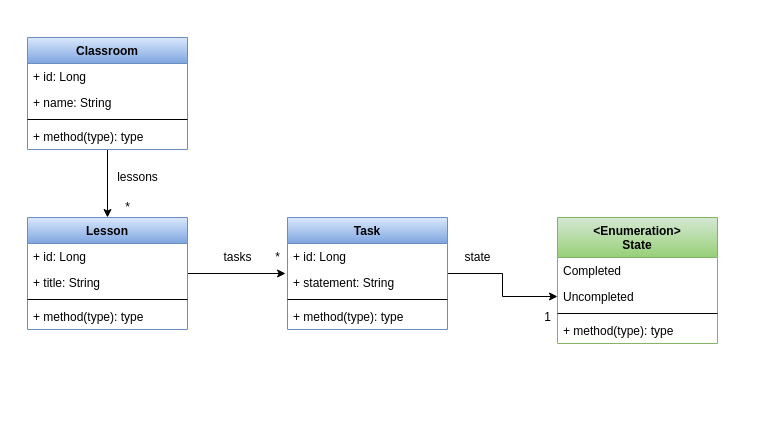
zolezzi/VirTuAula keeps this draw.io diagram as page "Domain" (1 of 2) of doc/UML.drawio. Above is the earlier version. Source tidied: cells renumbered, new cells numbered last; positions are measured from the earlier drawing's top-left corner, leaving out a move shared by most shapes. Both pictures are drawn from the tidied source at 100%, with x=0, y=0 at pixel (27, 37).
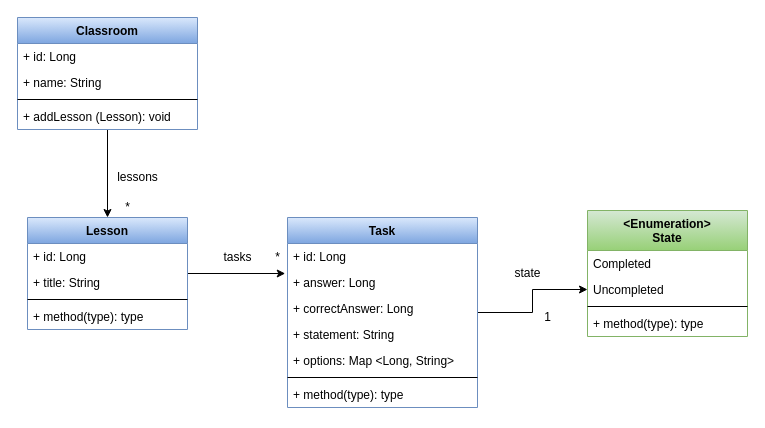
The same diagram, later.

Commit message:
Change UML add lesson and task aswer

What changed in the source:
```diff
@@
     <mxCell id="3" value="Classroom" style="swimlane;fontStyle=1;align=center;verticalAlign=top;horizontal=1;startSize=26;gradientColor=#7ea6e0;fillColor=#dae8fc;strokeColor=#6c8ebf;" parent="1" vertex="1">
-      <mxGeometry width="160" height="112" as="geometry" />
+      <mxGeometry x="-10" y="-20" width="180" height="112" as="geometry" />
     </mxCell>
     <mxCell id="4" value="+ id: Long" style="text;strokeColor=none;fillColor=none;align=left;verticalAlign=top;spacingLeft=4;spacingRight=4;overflow=hidden;" parent="3" vertex="1">
-      <mxGeometry y="26" width="160" height="26" as="geometry" />
+      <mxGeometry y="26" width="180" height="26" as="geometry" />
     </mxCell>
     <mxCell id="5" value="+ name: String" style="text;strokeColor=none;fillColor=none;align=left;verticalAlign=top;spacingLeft=4;spacingRight=4;overflow=hidden;" parent="3" vertex="1">
-      <mxGeometry y="52" width="160" height="26" as="geometry" />
+      <mxGeometry y="52" width="180" height="26" as="geometry" />
     </mxCell>
     <mxCell id="6" style="line;strokeWidth=1;fillColor=none;align=left;verticalAlign=middle;spacingTop=-1;spacingLeft=3;spacingRight=3;labelPosition=right;" parent="3" vertex="1">
-      <mxGeometry y="78" width="160" height="8" as="geometry" />
+      <mxGeometry y="78" width="180" height="8" as="geometry" />
     </mxCell>
-    <mxCell id="7" value="+ method(type): type" style="text;strokeColor=none;fillColor=none;align=left;verticalAlign=top;spacingLeft=4;spacingRight=4;overflow=hidden;" parent="3" vertex="1">
-      <mxGeometry y="86" width="160" height="26" as="geometry" />
+    <mxCell id="7" value="+ addLesson (Lesson): void&#10;" style="text;strokeColor=none;fillColor=none;align=left;verticalAlign=top;spacingLeft=4;spacingRight=4;overflow=hidden;" parent="3" vertex="1">
+      <mxGeometry y="86" width="180" height="26" as="geometry" />
     </mxCell>
@@
     <mxCell id="17" value="Task" style="swimlane;fontStyle=1;align=center;verticalAlign=top;horizontal=1;startSize=26;gradientColor=#7ea6e0;fillColor=#dae8fc;strokeColor=#6c8ebf;" parent="1" vertex="1">
-      <mxGeometry x="260" y="180" width="160" height="112" as="geometry" />
+      <mxGeometry x="260" y="180" width="190" height="190" as="geometry" />
     </mxCell>
     <mxCell id="18" value="+ id: Long" style="text;strokeColor=none;fillColor=none;align=left;verticalAlign=top;spacingLeft=4;spacingRight=4;overflow=hidden;" parent="17" vertex="1">
-      <mxGeometry y="26" width="160" height="26" as="geometry" />
+      <mxGeometry y="26" width="190" height="26" as="geometry" />
     </mxCell>
-    <mxCell id="19" value="+ statement: String" style="text;strokeColor=none;fillColor=none;align=left;verticalAlign=top;spacingLeft=4;spacingRight=4;overflow=hidden;points=[[0,0.5],[1,0.5]];portConstraint=eastwest;" parent="17" vertex="1">
-      <mxGeometry y="52" width="160" height="26" as="geometry" />
+    <mxCell id="19" value="+ answer: Long" style="text;strokeColor=none;fillColor=none;align=left;verticalAlign=top;spacingLeft=4;spacingRight=4;overflow=hidden;points=[[0,0.5],[1,0.5]];portConstraint=eastwest;" parent="17" vertex="1">
+      <mxGeometry y="52" width="190" height="26" as="geometry" />
     </mxCell>
+    <mxCell id="31" value="+ correctAnswer: Long" style="text;strokeColor=none;fillColor=none;align=left;verticalAlign=top;spacingLeft=4;spacingRight=4;overflow=hidden;" parent="17" vertex="1">
+      <mxGeometry y="78" width="190" height="26" as="geometry" />
+    </mxCell>
+    <mxCell id="32" value="+ statement: String" style="text;strokeColor=none;fillColor=none;align=left;verticalAlign=top;spacingLeft=4;spacingRight=4;overflow=hidden;" parent="17" vertex="1">
+      <mxGeometry y="104" width="190" height="26" as="geometry" />
+    </mxCell>
+    <mxCell id="33" value="+ options: Map &lt;Long, String&gt;" style="text;strokeColor=none;fillColor=none;align=left;verticalAlign=top;spacingLeft=4;spacingRight=4;overflow=hidden;" parent="17" vertex="1">
+      <mxGeometry y="130" width="190" height="26" as="geometry" />
+    </mxCell>
     <mxCell id="20" style="line;strokeWidth=1;fillColor=none;align=left;verticalAlign=middle;spacingTop=-1;spacingLeft=3;spacingRight=3;labelPosition=right;" parent="17" vertex="1">
-      <mxGeometry y="78" width="160" height="8" as="geometry" />
+      <mxGeometry y="156" width="190" height="8" as="geometry" />
     </mxCell>
     <mxCell id="21" value="+ method(type): type" style="text;strokeColor=none;fillColor=none;align=left;verticalAlign=top;spacingLeft=4;spacingRight=4;overflow=hidden;" parent="17" vertex="1">
-      <mxGeometry y="86" width="160" height="26" as="geometry" />
+      <mxGeometry y="164" width="190" height="26" as="geometry" />
     </mxCell>
@@
     <mxCell id="24" value="&lt;Enumeration&gt;&#10;State" style="swimlane;fontStyle=1;align=center;verticalAlign=top;horizontal=1;startSize=40;gradientColor=#97d077;fillColor=#d5e8d4;strokeColor=#82b366;" parent="1" vertex="1">
-      <mxGeometry x="530" y="180" width="160" height="126" as="geometry" />
+      <mxGeometry x="560" y="173" width="160" height="126" as="geometry" />
     </mxCell>
@@
     <mxCell id="30" value="state" style="text;html=1;align=center;verticalAlign=middle;" parent="1" vertex="1">
-      <mxGeometry x="430" y="210" width="40" height="20" as="geometry" />
+      <mxGeometry x="480" y="226" width="40" height="20" as="geometry" />
     </mxCell>
```
